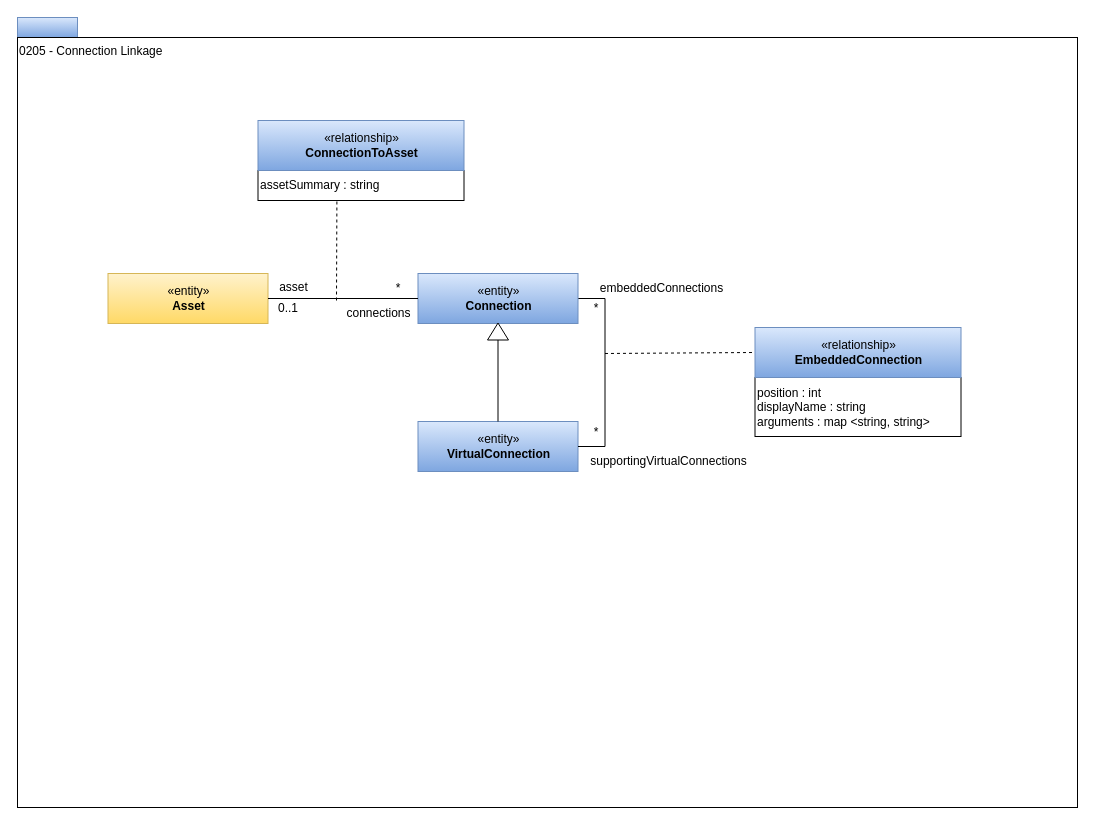
The draw.io diagram page "0205-Connection-Linkage" (3 of 12) of open-metadata-publication/website/open-metadata-types/area-2-assets.drawio in odpi/egeria, before the edit. Source tidied: cells renumbered, new cells numbered last; positions are measured from the earlier drawing's top-left corner, leaving out a move shared by most shapes. Both pictures are drawn from the tidied source at 100%, with x=0, y=0 at pixel (17, 17).
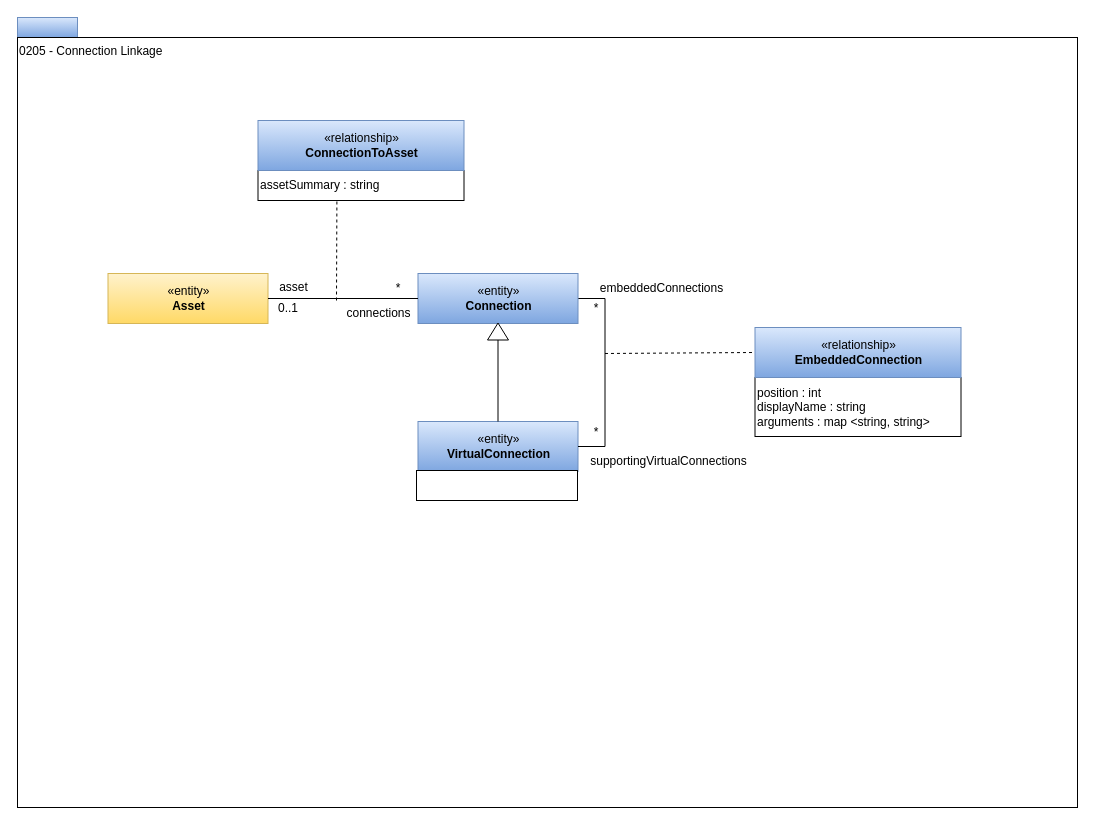
The same diagram, later.

What changed in the source:
```diff
@@
+    <mxCell id="25" value="&amp;nbsp;" style="rounded=0;whiteSpace=wrap;html=1;strokeColor=#000000;gradientColor=#ffffff;align=left;" parent="1" vertex="1">
+      <mxGeometry x="399" y="453" width="161" height="30" as="geometry" />
+    </mxCell>
```
